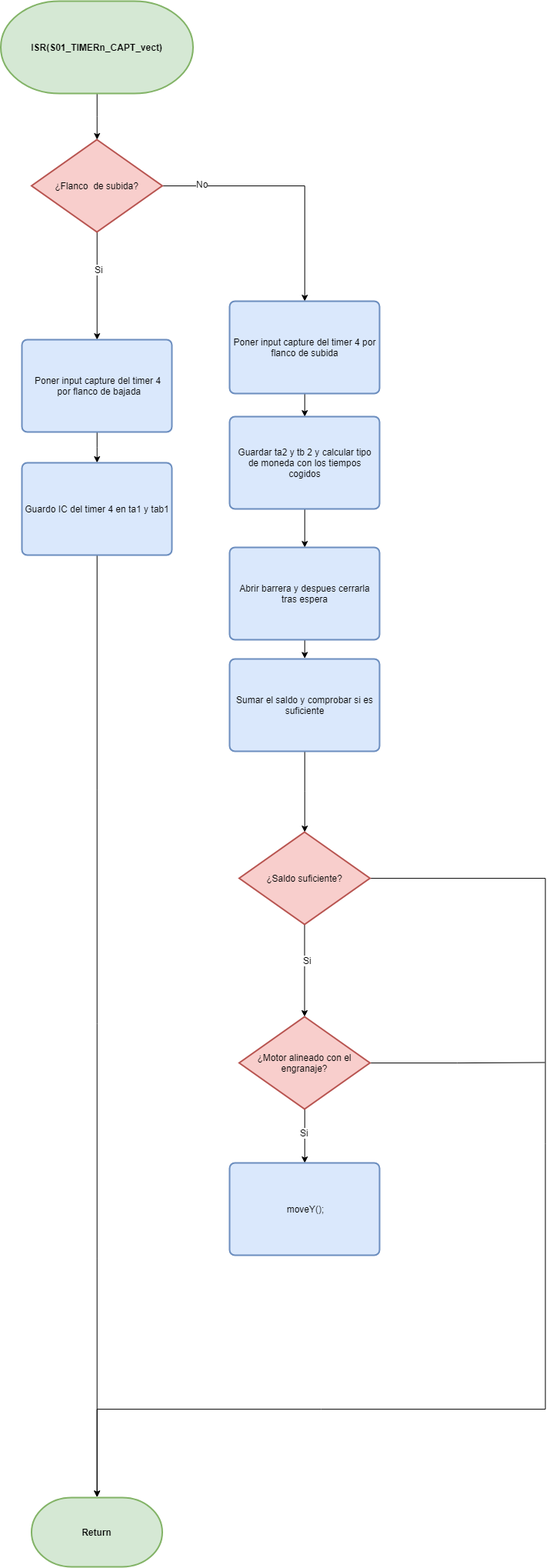
Earlier version of the draw.io export ejemplos/monedero.png (jdcdp/trabajo_micros). Source tidied: cells renumbered, new cells last; positions are measured from the earlier drawing's top-left corner, leaving out a move shared by most shapes. The source it was exported from:
```xml
<mxGraphModel>
  <root>
    <mxCell id="0" />
    <mxCell id="1" parent="0" />
    <mxCell id="2" style="edgeStyle=orthogonalEdgeStyle;rounded=0;jettySize=auto;html=1;exitX=0.5;exitY=1;exitDx=0;exitDy=0;exitPerimeter=0;entryX=0.5;entryY=0;entryDx=0;entryDy=0;" parent="1" edge="1" source="6" target="8">
      <mxGeometry relative="1" as="geometry" />
    </mxCell>
    <mxCell id="3" value="Si" style="text;html=1;align=center;verticalAlign=middle;labelBackgroundColor=#ffffff;" parent="2" vertex="1">
      <mxGeometry x="-0.32" y="2" relative="1" as="geometry" />
    </mxCell>
    <mxCell id="4" style="edgeStyle=orthogonalEdgeStyle;rounded=0;jettySize=auto;html=1;exitX=1;exitY=0.5;exitDx=0;exitDy=0;exitPerimeter=0;entryX=0.5;entryY=0;entryDx=0;entryDy=0;endArrow=classic;endFill=1;" parent="1" edge="1" source="6" target="15">
      <mxGeometry relative="1" as="geometry" />
    </mxCell>
    <mxCell id="5" value="No&lt;br&gt;" style="text;html=1;align=center;verticalAlign=middle;labelBackgroundColor=#ffffff;" parent="4" vertex="1">
      <mxGeometry x="-0.7" y="3" relative="1" as="geometry" />
    </mxCell>
    <mxCell id="6" value="¿Flanco&amp;nbsp; de subida?" style="strokeWidth=2;html=1;shape=mxgraph.flowchart.decision;whiteSpace=wrap;fillColor=#f8cecc;strokeColor=#b85450;" parent="1" vertex="1">
      <mxGeometry x="40.5" y="180" width="170" height="120" as="geometry" />
    </mxCell>
    <mxCell id="7" style="edgeStyle=orthogonalEdgeStyle;rounded=0;jettySize=auto;html=1;exitX=0.5;exitY=1;exitDx=0;exitDy=0;" parent="1" edge="1" source="8" target="12">
      <mxGeometry relative="1" as="geometry" />
    </mxCell>
    <mxCell id="8" value="Poner input capture del timer 4&lt;br&gt;&amp;nbsp;por flanco de bajada&lt;br&gt;" style="rounded=1;whiteSpace=wrap;html=1;absoluteArcSize=1;arcSize=14;strokeWidth=2;fillColor=#dae8fc;strokeColor=#6c8ebf;" parent="1" vertex="1">
      <mxGeometry x="28" y="440" width="195" height="120" as="geometry" />
    </mxCell>
    <mxCell id="9" style="edgeStyle=orthogonalEdgeStyle;rounded=0;jettySize=auto;html=1;exitX=0.5;exitY=1;exitDx=0;exitDy=0;exitPerimeter=0;" parent="1" edge="1" source="10" target="6">
      <mxGeometry relative="1" as="geometry" />
    </mxCell>
    <mxCell id="10" value="&lt;b&gt;&lt;span&gt;ISR(&lt;/span&gt;&lt;span&gt;S01_TIMERn_CAPT_vect&lt;/span&gt;&lt;span&gt;)&lt;/span&gt;&lt;/b&gt;" style="strokeWidth=2;html=1;shape=mxgraph.flowchart.terminator;whiteSpace=wrap;fillColor=#d5e8d4;strokeColor=#82b366;" parent="1" vertex="1">
      <mxGeometry x="0.5" width="250" height="120" as="geometry" />
    </mxCell>
    <mxCell id="11" style="edgeStyle=orthogonalEdgeStyle;rounded=0;jettySize=auto;html=1;exitX=0.5;exitY=1;exitDx=0;exitDy=0;entryX=0.5;entryY=0;entryDx=0;entryDy=0;entryPerimeter=0;" parent="1" edge="1" source="12" target="13">
      <mxGeometry relative="1" as="geometry" />
    </mxCell>
    <mxCell id="12" value="Guardo IC del timer 4 en ta1 y tab1" style="rounded=1;whiteSpace=wrap;html=1;absoluteArcSize=1;arcSize=14;strokeWidth=2;fillColor=#dae8fc;strokeColor=#6c8ebf;" parent="1" vertex="1">
      <mxGeometry x="28" y="600" width="195" height="120" as="geometry" />
    </mxCell>
    <mxCell id="13" value="&lt;b&gt;Return&lt;/b&gt;&lt;br&gt;" style="strokeWidth=2;html=1;shape=mxgraph.flowchart.terminator;whiteSpace=wrap;fillColor=#d5e8d4;strokeColor=#82b366;" parent="1" vertex="1">
      <mxGeometry x="40.5" y="1945" width="170" height="90" as="geometry" />
    </mxCell>
    <mxCell id="14" style="edgeStyle=orthogonalEdgeStyle;rounded=0;jettySize=auto;html=1;exitX=0.5;exitY=1;exitDx=0;exitDy=0;entryX=0.5;entryY=0;entryDx=0;entryDy=0;endArrow=classic;endFill=1;" parent="1" edge="1" source="15" target="17">
      <mxGeometry relative="1" as="geometry" />
    </mxCell>
    <mxCell id="15" value="Poner input capture del timer 4 por flanco de subida&lt;br&gt;" style="rounded=1;whiteSpace=wrap;html=1;absoluteArcSize=1;arcSize=14;strokeWidth=2;fillColor=#dae8fc;strokeColor=#6c8ebf;" parent="1" vertex="1">
      <mxGeometry x="298" y="390" width="195" height="120" as="geometry" />
    </mxCell>
    <mxCell id="16" style="edgeStyle=orthogonalEdgeStyle;rounded=0;jettySize=auto;html=1;exitX=0.5;exitY=1;exitDx=0;exitDy=0;entryX=0.5;entryY=0;entryDx=0;entryDy=0;endArrow=classic;endFill=1;" parent="1" edge="1" source="17" target="19">
      <mxGeometry relative="1" as="geometry" />
    </mxCell>
    <mxCell id="17" value="Guardar ta2 y tb 2 y calcular tipo de moneda con los tiempos cogidos&lt;br&gt;" style="rounded=1;whiteSpace=wrap;html=1;absoluteArcSize=1;arcSize=14;strokeWidth=2;fillColor=#dae8fc;strokeColor=#6c8ebf;" parent="1" vertex="1">
      <mxGeometry x="298" y="540" width="195" height="120" as="geometry" />
    </mxCell>
    <mxCell id="18" style="edgeStyle=orthogonalEdgeStyle;rounded=0;jettySize=auto;html=1;exitX=0.5;exitY=1;exitDx=0;exitDy=0;entryX=0.5;entryY=0;entryDx=0;entryDy=0;endArrow=classic;endFill=1;" parent="1" edge="1" source="19" target="21">
      <mxGeometry relative="1" as="geometry" />
    </mxCell>
    <mxCell id="19" value="Abrir barrera y despues cerrarla tras espera&lt;br&gt;" style="rounded=1;whiteSpace=wrap;html=1;absoluteArcSize=1;arcSize=14;strokeWidth=2;fillColor=#dae8fc;strokeColor=#6c8ebf;" parent="1" vertex="1">
      <mxGeometry x="298" y="710" width="195" height="120" as="geometry" />
    </mxCell>
    <mxCell id="20" style="edgeStyle=orthogonalEdgeStyle;rounded=0;jettySize=auto;html=1;entryX=0.5;entryY=0;entryDx=0;entryDy=0;entryPerimeter=0;" parent="1" edge="1" source="21" target="25">
      <mxGeometry relative="1" as="geometry" />
    </mxCell>
    <mxCell id="21" value="Sumar el saldo y comprobar si es suficiente&lt;br&gt;" style="rounded=1;whiteSpace=wrap;html=1;absoluteArcSize=1;arcSize=14;strokeWidth=2;fillColor=#dae8fc;strokeColor=#6c8ebf;" parent="1" vertex="1">
      <mxGeometry x="298" y="855" width="195" height="120" as="geometry" />
    </mxCell>
    <mxCell id="22" style="edgeStyle=orthogonalEdgeStyle;rounded=0;jettySize=auto;html=1;" parent="1" edge="1" source="25" target="29">
      <mxGeometry relative="1" as="geometry" />
    </mxCell>
    <mxCell id="23" value="Si" style="text;html=1;align=center;verticalAlign=middle;labelBackgroundColor=#ffffff;" parent="22" vertex="1">
      <mxGeometry x="-0.21" y="3" relative="1" as="geometry">
        <mxPoint y="-1" as="offset" />
      </mxGeometry>
    </mxCell>
    <mxCell id="24" style="edgeStyle=orthogonalEdgeStyle;rounded=0;jettySize=auto;html=1;exitX=1;exitY=0.5;exitDx=0;exitDy=0;exitPerimeter=0;entryX=0.5;entryY=0;entryDx=0;entryDy=0;entryPerimeter=0;" parent="1" edge="1" source="25" target="13">
      <mxGeometry relative="1" as="geometry">
        <Array as="points">
          <mxPoint x="709" y="1140" />
          <mxPoint x="709" y="1830" />
          <mxPoint x="126" y="1830" />
        </Array>
      </mxGeometry>
    </mxCell>
    <mxCell id="25" value="¿Saldo suficiente?" style="strokeWidth=2;html=1;shape=mxgraph.flowchart.decision;whiteSpace=wrap;fillColor=#f8cecc;strokeColor=#b85450;" parent="1" vertex="1">
      <mxGeometry x="310.5" y="1080" width="170" height="120" as="geometry" />
    </mxCell>
    <mxCell id="26" style="edgeStyle=orthogonalEdgeStyle;rounded=0;jettySize=auto;html=1;exitX=0.5;exitY=1;exitDx=0;exitDy=0;exitPerimeter=0;entryX=0.5;entryY=0;entryDx=0;entryDy=0;" parent="1" edge="1" source="29" target="30">
      <mxGeometry relative="1" as="geometry" />
    </mxCell>
    <mxCell id="27" value="Si&lt;br&gt;" style="text;html=1;align=center;verticalAlign=middle;labelBackgroundColor=#ffffff;" parent="26" vertex="1">
      <mxGeometry x="-0.29" y="5" relative="1" as="geometry">
        <mxPoint x="-5.5" y="6" as="offset" />
      </mxGeometry>
    </mxCell>
    <mxCell id="28" style="edgeStyle=orthogonalEdgeStyle;rounded=0;jettySize=auto;html=1;exitX=1;exitY=0.5;exitDx=0;exitDy=0;exitPerimeter=0;endArrow=none;endFill=0;" parent="1" edge="1" source="29">
      <mxGeometry relative="1" as="geometry">
        <mxPoint x="708" y="1379.5" as="targetPoint" />
      </mxGeometry>
    </mxCell>
    <mxCell id="29" value="¿Motor alineado con el engranaje?" style="strokeWidth=2;html=1;shape=mxgraph.flowchart.decision;whiteSpace=wrap;fillColor=#f8cecc;strokeColor=#b85450;" parent="1" vertex="1">
      <mxGeometry x="310.5" y="1320" width="170" height="120" as="geometry" />
    </mxCell>
    <mxCell id="30" value="&lt;span&gt;moveY&lt;/span&gt;&lt;span&gt;();&lt;/span&gt;&lt;br&gt;" style="rounded=1;whiteSpace=wrap;html=1;absoluteArcSize=1;arcSize=14;strokeWidth=2;fillColor=#dae8fc;strokeColor=#6c8ebf;" parent="1" vertex="1">
      <mxGeometry x="298" y="1510" width="195" height="120" as="geometry" />
    </mxCell>
  </root>
</mxGraphModel>
```
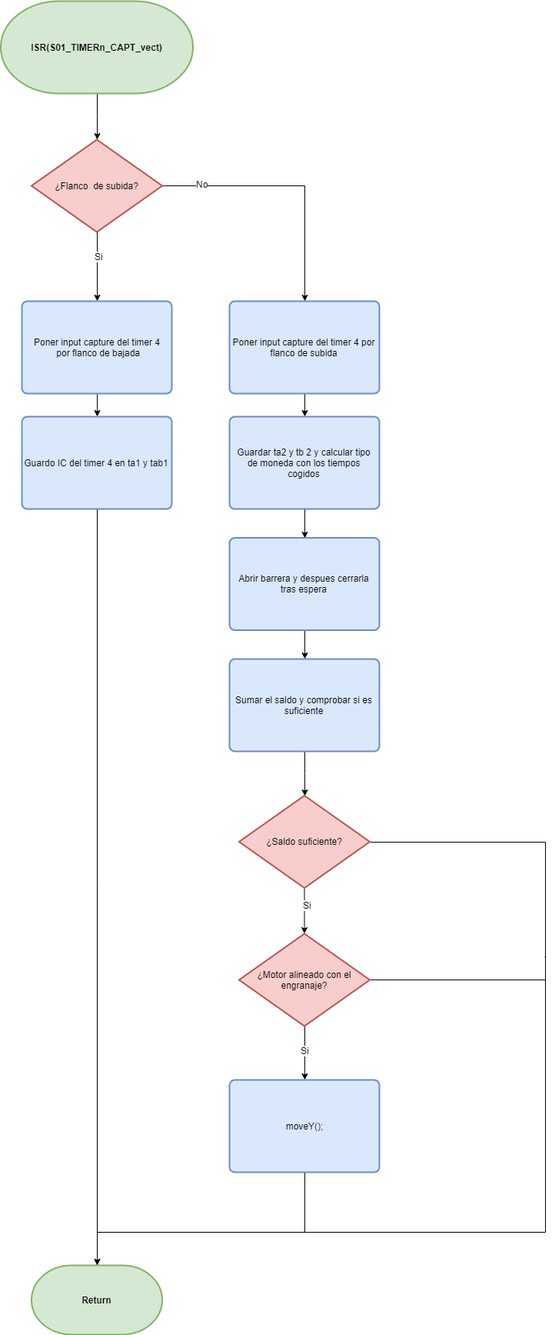
The same diagram one commit later.

What changed in the source:
```diff
@@ -21,7 +21,7 @@
       <mxGeometry relative="1" as="geometry" />
     </mxCell>
     <mxCell id="8" value="Poner input capture del timer 4&lt;br&gt;&amp;nbsp;por flanco de bajada&lt;br&gt;" style="rounded=1;whiteSpace=wrap;html=1;absoluteArcSize=1;arcSize=14;strokeWidth=2;fillColor=#dae8fc;strokeColor=#6c8ebf;" parent="1" vertex="1">
-      <mxGeometry x="28" y="440" width="195" height="120" as="geometry" />
+      <mxGeometry x="28" y="390" width="195" height="120" as="geometry" />
     </mxCell>
     <mxCell id="9" style="edgeStyle=orthogonalEdgeStyle;rounded=0;jettySize=auto;html=1;exitX=0.5;exitY=1;exitDx=0;exitDy=0;exitPerimeter=0;" parent="1" edge="1" source="10" target="6">
       <mxGeometry relative="1" as="geometry" />
@@ -33,10 +33,10 @@
       <mxGeometry relative="1" as="geometry" />
     </mxCell>
     <mxCell id="12" value="Guardo IC del timer 4 en ta1 y tab1" style="rounded=1;whiteSpace=wrap;html=1;absoluteArcSize=1;arcSize=14;strokeWidth=2;fillColor=#dae8fc;strokeColor=#6c8ebf;" parent="1" vertex="1">
-      <mxGeometry x="28" y="600" width="195" height="120" as="geometry" />
+      <mxGeometry x="28" y="540" width="195" height="120" as="geometry" />
     </mxCell>
     <mxCell id="13" value="&lt;b&gt;Return&lt;/b&gt;&lt;br&gt;" style="strokeWidth=2;html=1;shape=mxgraph.flowchart.terminator;whiteSpace=wrap;fillColor=#d5e8d4;strokeColor=#82b366;" parent="1" vertex="1">
-      <mxGeometry x="40.5" y="1945" width="170" height="90" as="geometry" />
+      <mxGeometry x="40.5" y="1643" width="170" height="90" as="geometry" />
     </mxCell>
     <mxCell id="14" style="edgeStyle=orthogonalEdgeStyle;rounded=0;jettySize=auto;html=1;exitX=0.5;exitY=1;exitDx=0;exitDy=0;entryX=0.5;entryY=0;entryDx=0;entryDy=0;endArrow=classic;endFill=1;" parent="1" edge="1" source="15" target="17">
       <mxGeometry relative="1" as="geometry" />
@@ -54,7 +54,7 @@
       <mxGeometry relative="1" as="geometry" />
     </mxCell>
     <mxCell id="19" value="Abrir barrera y despues cerrarla tras espera&lt;br&gt;" style="rounded=1;whiteSpace=wrap;html=1;absoluteArcSize=1;arcSize=14;strokeWidth=2;fillColor=#dae8fc;strokeColor=#6c8ebf;" parent="1" vertex="1">
-      <mxGeometry x="298" y="710" width="195" height="120" as="geometry" />
+      <mxGeometry x="298" y="697.5" width="195" height="120" as="geometry" />
     </mxCell>
     <mxCell id="20" style="edgeStyle=orthogonalEdgeStyle;rounded=0;jettySize=auto;html=1;entryX=0.5;entryY=0;entryDx=0;entryDy=0;entryPerimeter=0;" parent="1" edge="1" source="21" target="25">
       <mxGeometry relative="1" as="geometry" />
@@ -73,14 +73,14 @@
     <mxCell id="24" style="edgeStyle=orthogonalEdgeStyle;rounded=0;jettySize=auto;html=1;exitX=1;exitY=0.5;exitDx=0;exitDy=0;exitPerimeter=0;entryX=0.5;entryY=0;entryDx=0;entryDy=0;entryPerimeter=0;" parent="1" edge="1" source="25" target="13">
       <mxGeometry relative="1" as="geometry">
         <Array as="points">
-          <mxPoint x="709" y="1140" />
-          <mxPoint x="709" y="1830" />
-          <mxPoint x="126" y="1830" />
+          <mxPoint x="709" y="1093" />
+          <mxPoint x="709" y="1600" />
+          <mxPoint x="126" y="1600" />
         </Array>
       </mxGeometry>
     </mxCell>
     <mxCell id="25" value="¿Saldo suficiente?" style="strokeWidth=2;html=1;shape=mxgraph.flowchart.decision;whiteSpace=wrap;fillColor=#f8cecc;strokeColor=#b85450;" parent="1" vertex="1">
-      <mxGeometry x="310.5" y="1080" width="170" height="120" as="geometry" />
+      <mxGeometry x="310.5" y="1032.5" width="170" height="120" as="geometry" />
     </mxCell>
     <mxCell id="26" style="edgeStyle=orthogonalEdgeStyle;rounded=0;jettySize=auto;html=1;exitX=0.5;exitY=1;exitDx=0;exitDy=0;exitPerimeter=0;entryX=0.5;entryY=0;entryDx=0;entryDy=0;" parent="1" edge="1" source="29" target="30">
       <mxGeometry relative="1" as="geometry" />
@@ -92,14 +92,23 @@
     </mxCell>
     <mxCell id="28" style="edgeStyle=orthogonalEdgeStyle;rounded=0;jettySize=auto;html=1;exitX=1;exitY=0.5;exitDx=0;exitDy=0;exitPerimeter=0;endArrow=none;endFill=0;" parent="1" edge="1" source="29">
       <mxGeometry relative="1" as="geometry">
-        <mxPoint x="708" y="1379.5" as="targetPoint" />
+        <mxPoint x="708" y="1242" as="targetPoint" />
+        <Array as="points">
+          <mxPoint x="709" y="1272" />
+          <mxPoint x="709" y="1242" />
+        </Array>
       </mxGeometry>
     </mxCell>
     <mxCell id="29" value="¿Motor alineado con el engranaje?" style="strokeWidth=2;html=1;shape=mxgraph.flowchart.decision;whiteSpace=wrap;fillColor=#f8cecc;strokeColor=#b85450;" parent="1" vertex="1">
-      <mxGeometry x="310.5" y="1320" width="170" height="120" as="geometry" />
+      <mxGeometry x="310.5" y="1212" width="170" height="120" as="geometry" />
     </mxCell>
+    <mxCell id="31" style="edgeStyle=orthogonalEdgeStyle;rounded=0;jettySize=auto;html=1;exitX=0.5;exitY=1;exitDx=0;exitDy=0;endArrow=none;endFill=0;" parent="1" edge="1" source="30">
+      <mxGeometry relative="1" as="geometry">
+        <mxPoint x="396" y="1600" as="targetPoint" />
+      </mxGeometry>
+    </mxCell>
     <mxCell id="30" value="&lt;span&gt;moveY&lt;/span&gt;&lt;span&gt;();&lt;/span&gt;&lt;br&gt;" style="rounded=1;whiteSpace=wrap;html=1;absoluteArcSize=1;arcSize=14;strokeWidth=2;fillColor=#dae8fc;strokeColor=#6c8ebf;" parent="1" vertex="1">
-      <mxGeometry x="298" y="1510" width="195" height="120" as="geometry" />
+      <mxGeometry x="298" y="1402" width="195" height="120" as="geometry" />
     </mxCell>
   </root>
 </mxGraphModel>
```
